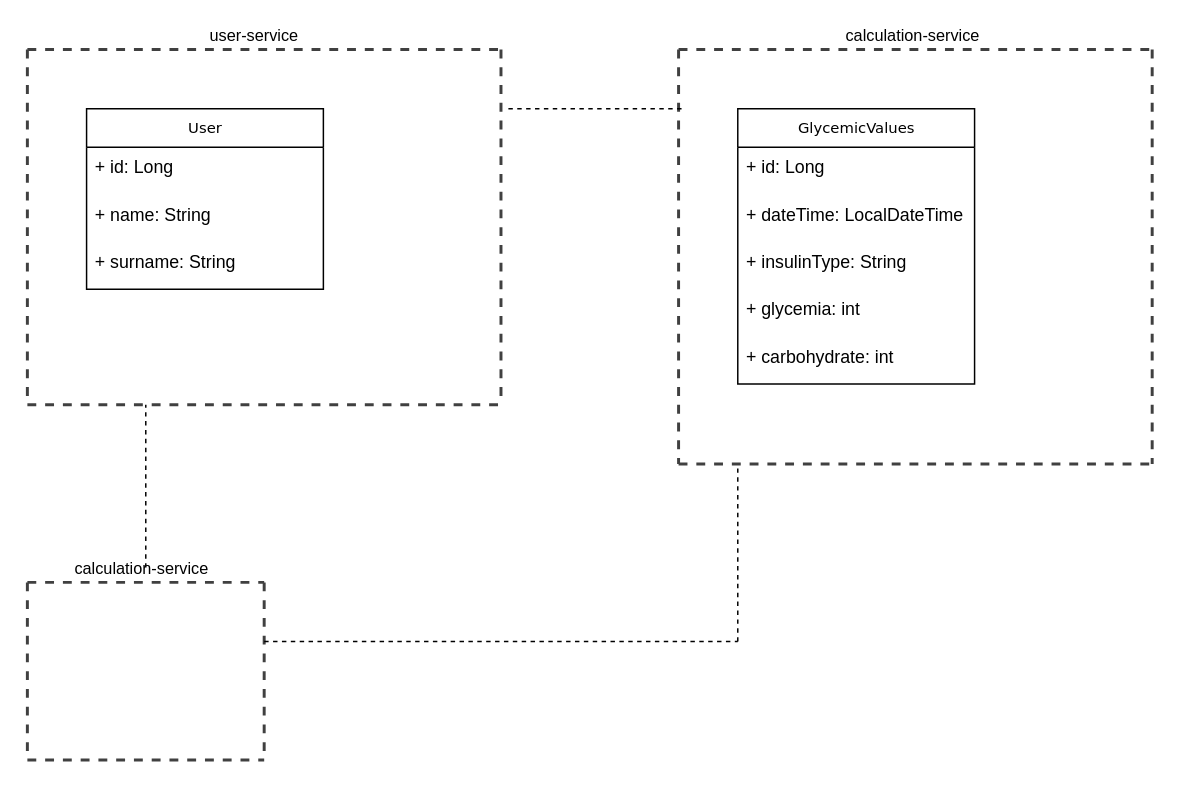
This is diagrams/mock_diabete_uml_class.drawio from giampa91/poc-diabete-management, a draw.io file, before an edit. Source tidied: cells renumbered, new cells numbered last; positions are measured from the earlier drawing's top-left corner, leaving out a move shared by most shapes. Both pictures are drawn from the tidied source at 148%, with x=0, y=0 at pixel (27, 49).
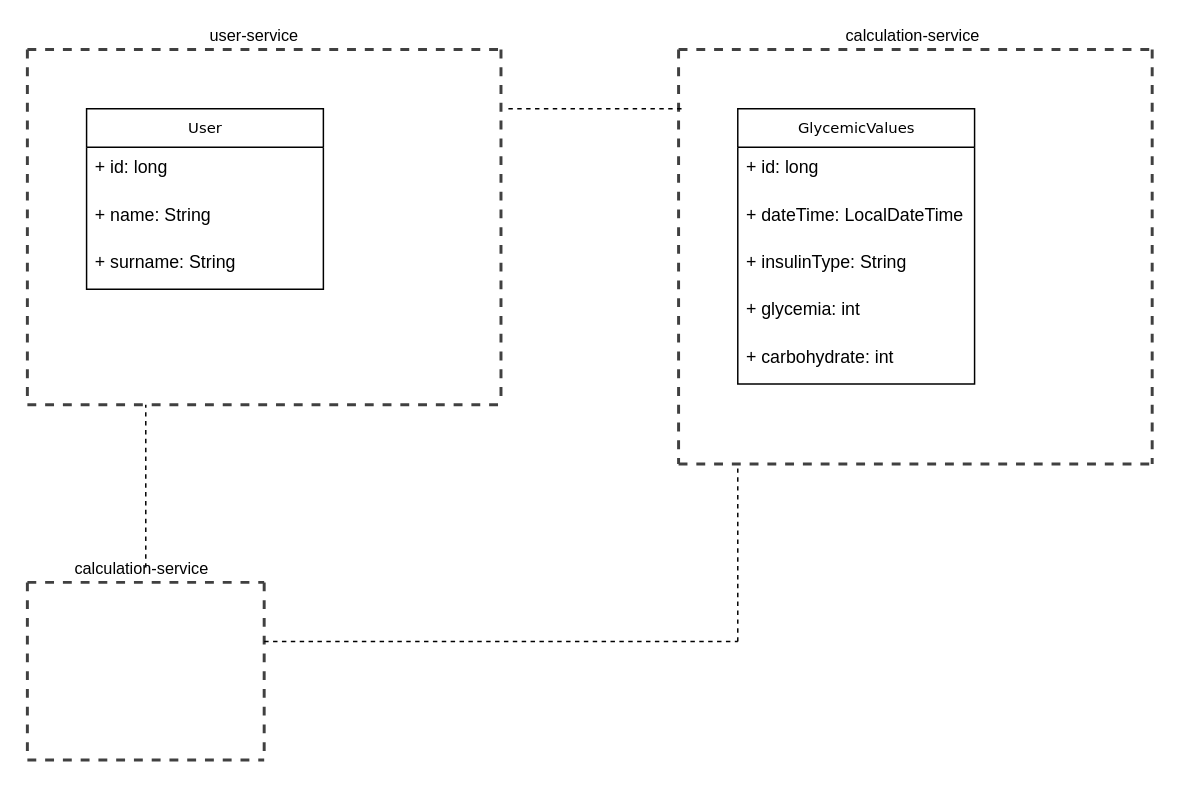
The same diagram, later.

Commit message (it also covers changes not shown here):
insert controller user no test

Unchanged cells that the change refers to:
```xml
<mxCell id="2" value="User" style="swimlane;html=1;fontStyle=0;horizontal=1;startSize=26;fillColor=none;swimlaneFillColor=#ffffff;rounded=0;shadow=0;comic=0;labelBackgroundColor=none;strokeWidth=1;fontFamily=Verdana;fontSize=10;align=center;" parent="1" vertex="1">
  <mxGeometry x="40" y="40" width="160" height="122" as="geometry" />
</mxCell>
<mxCell id="6" value="GlycemicValues" style="swimlane;html=1;fontStyle=0;horizontal=1;startSize=26;fillColor=none;swimlaneFillColor=#ffffff;rounded=0;shadow=0;comic=0;labelBackgroundColor=none;strokeWidth=1;fontFamily=Verdana;fontSize=10;align=center;" parent="1" vertex="1">
  <mxGeometry x="480" y="40" width="160" height="186" as="geometry" />
</mxCell>
```

The edit, as a diff of the source:
```diff
@@
-    <mxCell id="3" value="+ id: Long" style="text;html=1;strokeColor=none;fillColor=none;align=left;verticalAlign=top;spacingLeft=4;spacingRight=4;whiteSpace=wrap;overflow=hidden;" parent="2" vertex="1">
+    <mxCell id="3" value="+ id: long" style="text;html=1;strokeColor=none;fillColor=none;align=left;verticalAlign=top;spacingLeft=4;spacingRight=4;whiteSpace=wrap;overflow=hidden;" parent="2" vertex="1">
       <mxGeometry y="26" width="160" height="32" as="geometry" />
     </mxCell>
@@
-    <mxCell id="7" value="+ id: Long" style="text;html=1;strokeColor=none;fillColor=none;align=left;verticalAlign=top;spacingLeft=4;spacingRight=4;whiteSpace=wrap;overflow=hidden;" parent="6" vertex="1">
+    <mxCell id="7" value="+ id: long" style="text;html=1;strokeColor=none;fillColor=none;align=left;verticalAlign=top;spacingLeft=4;spacingRight=4;whiteSpace=wrap;overflow=hidden;" parent="6" vertex="1">
       <mxGeometry y="26" width="160" height="32" as="geometry" />
     </mxCell>
```
